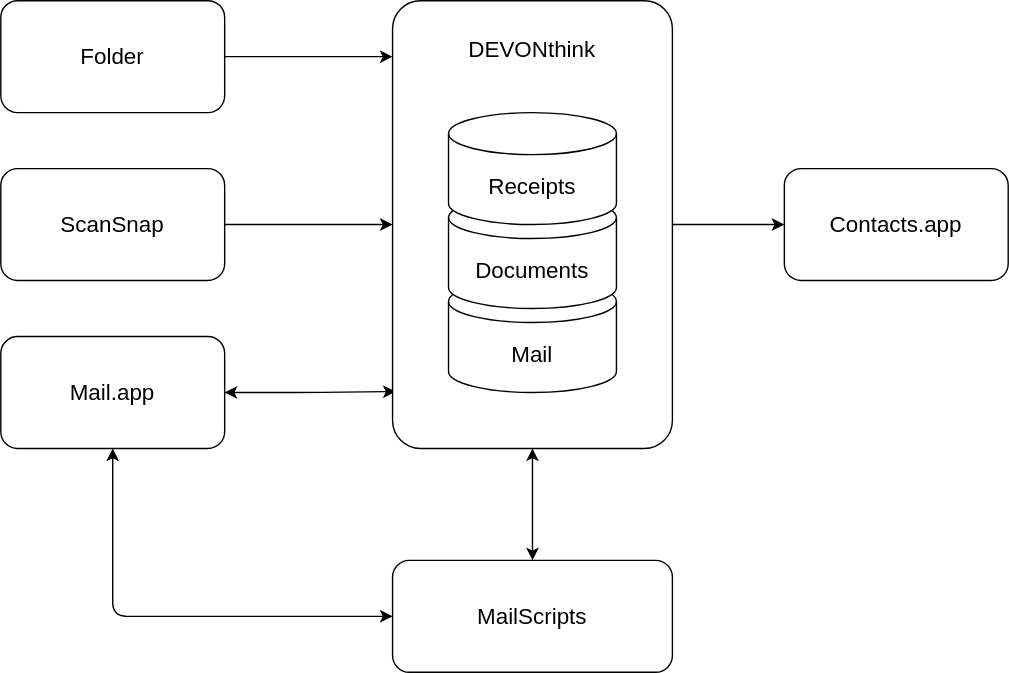
The draw.io diagram Docs/architecture.drawio.svg in s17n/MailScripts, before a commit. Source tidied: cells renumbered, new cells last; positions are measured from the earlier drawing's top-left corner, leaving out a move shared by most shapes.
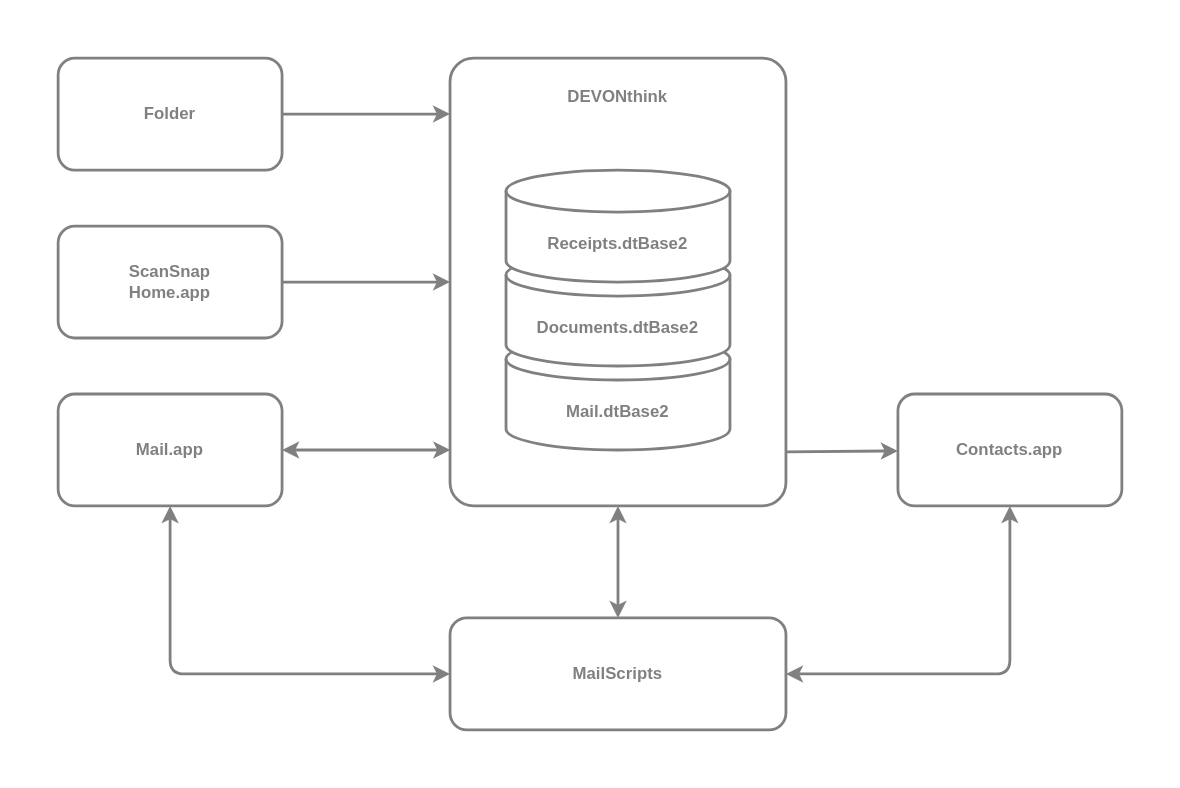
Above is the later version.

The edit, as a diff of the source:
```diff
@@ -2,54 +2,69 @@
   <root>
     <mxCell id="0" />
     <mxCell id="1" parent="0" />
-    <mxCell id="2" style="edgeStyle=orthogonalEdgeStyle;html=1;entryX=0.011;entryY=0.873;entryDx=0;entryDy=0;entryPerimeter=0;fontSize=16;startArrow=classic;startFill=1;" parent="1" edge="1" source="4" target="7">
+    <mxCell id="2" style="edgeStyle=orthogonalEdgeStyle;html=1;fontSize=12;startArrow=classic;startFill=1;fontStyle=1;fontColor=#808080;fontFamily=Helvetica;strokeColor=#808080;strokeWidth=2;entryX=0.001;entryY=0.875;entryDx=0;entryDy=0;entryPerimeter=0;" parent="1" edge="1" source="4" target="7">
       <mxGeometry relative="1" as="geometry" />
     </mxCell>
-    <mxCell id="3" style="edgeStyle=orthogonalEdgeStyle;html=1;entryX=0;entryY=0.5;entryDx=0;entryDy=0;fontSize=16;startArrow=classic;startFill=1;" parent="1" edge="1" source="4" target="13">
+    <mxCell id="3" style="edgeStyle=orthogonalEdgeStyle;html=1;entryX=0;entryY=0.5;entryDx=0;entryDy=0;fontSize=12;startArrow=classic;startFill=1;fontStyle=1;fontColor=#808080;fontFamily=Helvetica;strokeColor=#808080;strokeWidth=2;" parent="1" edge="1" source="4" target="13">
       <mxGeometry relative="1" as="geometry">
         <Array as="points">
           <mxPoint x="80" y="440" />
         </Array>
       </mxGeometry>
     </mxCell>
-    <mxCell id="4" value="Mail.app" style="rounded=1;whiteSpace=wrap;html=1;fontSize=16;" parent="1" vertex="1">
+    <mxCell id="4" value="Mail.app" style="rounded=1;whiteSpace=wrap;html=1;fontSize=12;fontStyle=1;fontColor=#808080;fontFamily=Helvetica;strokeColor=#808080;strokeWidth=2;" parent="1" vertex="1">
       <mxGeometry y="240" width="160" height="80" as="geometry" />
     </mxCell>
-    <mxCell id="5" style="edgeStyle=none;html=1;fontSize=16;" parent="1" edge="1" source="7" target="8">
+    <mxCell id="5" style="edgeStyle=none;html=1;fontSize=12;fontStyle=1;fontColor=#808080;fontFamily=Helvetica;strokeColor=#808080;strokeWidth=2;exitX=1;exitY=0.879;exitDx=0;exitDy=0;exitPerimeter=0;" parent="1" edge="1" source="7" target="8">
       <mxGeometry relative="1" as="geometry" />
     </mxCell>
-    <mxCell id="6" style="edgeStyle=orthogonalEdgeStyle;html=1;entryX=0.5;entryY=0;entryDx=0;entryDy=0;fontSize=16;startArrow=classic;startFill=1;" parent="1" edge="1" source="7" target="13">
+    <mxCell id="6" style="edgeStyle=orthogonalEdgeStyle;html=1;entryX=0.5;entryY=0;entryDx=0;entryDy=0;fontSize=12;startArrow=classic;startFill=1;fontStyle=1;fontColor=#808080;fontFamily=Helvetica;strokeColor=#808080;strokeWidth=2;" parent="1" edge="1" source="7" target="13">
       <mxGeometry relative="1" as="geometry" />
     </mxCell>
-    <mxCell id="7" value="&lt;br&gt;DEVONthink" style="rounded=1;whiteSpace=wrap;html=1;arcSize=10;fontSize=16;verticalAlign=top;" parent="1" vertex="1">
-      <mxGeometry x="280" width="200" height="320" as="geometry" />
+    <mxCell id="7" value="&lt;br style=&quot;font-size: 12px;&quot;&gt;DEVONthink" style="rounded=1;whiteSpace=wrap;html=1;arcSize=7;fontSize=12;verticalAlign=top;fontStyle=1;fontColor=#808080;fontFamily=Helvetica;strokeColor=#808080;strokeWidth=2;" parent="1" vertex="1">
+      <mxGeometry x="280" width="240" height="320" as="geometry" />
     </mxCell>
-    <mxCell id="8" value="Contacts.app" style="rounded=1;whiteSpace=wrap;html=1;fontSize=16;" parent="1" vertex="1">
-      <mxGeometry x="560" y="120" width="160" height="80" as="geometry" />
+    <mxCell id="8" value="Contacts.app" style="rounded=1;whiteSpace=wrap;html=1;fontSize=12;fontStyle=1;fontColor=#808080;fontFamily=Helvetica;strokeColor=#808080;strokeWidth=2;" parent="1" vertex="1">
+      <mxGeometry x="600" y="240" width="160" height="80" as="geometry" />
     </mxCell>
-    <mxCell id="9" style="edgeStyle=orthogonalEdgeStyle;html=1;entryX=0;entryY=0.5;entryDx=0;entryDy=0;fontSize=16;" parent="1" edge="1" source="10" target="7">
+    <mxCell id="9" style="edgeStyle=orthogonalEdgeStyle;html=1;entryX=0;entryY=0.5;entryDx=0;entryDy=0;fontSize=12;fontStyle=1;fontColor=#808080;fontFamily=Helvetica;strokeColor=#808080;strokeWidth=2;" parent="1" edge="1" source="10" target="7">
       <mxGeometry relative="1" as="geometry" />
     </mxCell>
-    <mxCell id="10" value="ScanSnap" style="rounded=1;whiteSpace=wrap;html=1;fontSize=16;" parent="1" vertex="1">
+    <mxCell id="10" value="ScanSnap &lt;br&gt;Home.app" style="rounded=1;whiteSpace=wrap;html=1;fontSize=12;fontStyle=1;fontColor=#808080;fontFamily=Helvetica;strokeColor=#808080;strokeWidth=2;" parent="1" vertex="1">
       <mxGeometry y="120" width="160" height="80" as="geometry" />
     </mxCell>
-    <mxCell id="11" style="edgeStyle=orthogonalEdgeStyle;html=1;entryX=0;entryY=0.125;entryDx=0;entryDy=0;entryPerimeter=0;fontSize=16;" parent="1" edge="1" source="12" target="7">
+    <mxCell id="11" style="edgeStyle=orthogonalEdgeStyle;html=1;entryX=0;entryY=0.125;entryDx=0;entryDy=0;entryPerimeter=0;fontSize=12;fontStyle=1;fontColor=#808080;fontFamily=Helvetica;strokeColor=#808080;strokeWidth=2;" parent="1" edge="1" source="12" target="7">
       <mxGeometry relative="1" as="geometry" />
     </mxCell>
-    <mxCell id="12" value="Folder" style="rounded=1;whiteSpace=wrap;html=1;fontSize=16;" parent="1" vertex="1">
+    <mxCell id="12" value="Folder" style="rounded=1;whiteSpace=wrap;html=1;fontSize=12;fontStyle=1;fontColor=#808080;fontFamily=Helvetica;strokeWidth=2;strokeColor=#808080;" parent="1" vertex="1">
       <mxGeometry width="160" height="80" as="geometry" />
     </mxCell>
-    <mxCell id="13" value="MailScripts" style="rounded=1;whiteSpace=wrap;html=1;fontSize=16;" parent="1" vertex="1">
-      <mxGeometry x="280" y="400" width="200" height="80" as="geometry" />
+    <mxCell id="13" value="MailScripts" style="rounded=1;whiteSpace=wrap;html=1;fontSize=12;fontStyle=1;fontColor=#808080;fontFamily=Helvetica;strokeColor=#808080;strokeWidth=2;" parent="1" vertex="1">
+      <mxGeometry x="280" y="400" width="240" height="80" as="geometry" />
     </mxCell>
-    <mxCell id="14" value="Mail" style="shape=cylinder3;whiteSpace=wrap;html=1;boundedLbl=1;backgroundOutline=1;size=15;fontSize=16;" parent="1" vertex="1">
-      <mxGeometry x="320" y="200" width="120" height="80" as="geometry" />
+    <mxCell id="14" value="Mail.dtBase2" style="shape=cylinder3;whiteSpace=wrap;html=1;boundedLbl=1;backgroundOutline=1;size=15;fontSize=12;fontStyle=1;fontColor=#808080;fontFamily=Helvetica;strokeColor=#808080;strokeWidth=2;" parent="1" vertex="1">
+      <mxGeometry x="320" y="200" width="160" height="80" as="geometry" />
     </mxCell>
-    <mxCell id="15" value="Documents" style="shape=cylinder3;whiteSpace=wrap;html=1;boundedLbl=1;backgroundOutline=1;size=15;fontSize=16;" parent="1" vertex="1">
-      <mxGeometry x="320" y="140" width="120" height="80" as="geometry" />
+    <mxCell id="15" value="Documents.dtBase2" style="shape=cylinder3;whiteSpace=wrap;html=1;boundedLbl=1;backgroundOutline=1;size=15;fontSize=12;fontStyle=1;fontColor=#808080;fontFamily=Helvetica;strokeColor=#808080;strokeWidth=2;" parent="1" vertex="1">
+      <mxGeometry x="320" y="140" width="160" height="80" as="geometry" />
     </mxCell>
-    <mxCell id="16" value="Receipts" style="shape=cylinder3;whiteSpace=wrap;html=1;boundedLbl=1;backgroundOutline=1;size=15;fontSize=16;" parent="1" vertex="1">
-      <mxGeometry x="320" y="80" width="120" height="80" as="geometry" />
+    <mxCell id="16" value="Receipts.dtBase2" style="shape=cylinder3;whiteSpace=wrap;html=1;boundedLbl=1;backgroundOutline=1;size=15;fontSize=12;fontStyle=1;fontColor=#808080;fontFamily=Helvetica;strokeColor=#808080;strokeWidth=2;" parent="1" vertex="1">
+      <mxGeometry x="320" y="80" width="160" height="80" as="geometry" />
     </mxCell>
+    <mxCell id="17" style="endArrow=none;html=1;strokeColor=none;strokeWidth=2;fontFamily=Helvetica;fontSize=12;fontColor=default;labelBackgroundColor=default;" parent="1" edge="1">
+      <mxGeometry relative="1" as="geometry">
+        <mxPoint x="-40" y="520" as="sourcePoint" />
+        <mxPoint x="-40" y="-40" as="targetPoint" />
+      </mxGeometry>
+    </mxCell>
+    <mxCell id="18" style="endArrow=none;html=1;strokeColor=none;strokeWidth=2;fontFamily=Helvetica;fontSize=12;fontColor=default;labelBackgroundColor=default;" parent="1" edge="1">
+      <mxGeometry relative="1" as="geometry">
+        <mxPoint x="800" y="520" as="sourcePoint" />
+        <mxPoint x="800" y="-40" as="targetPoint" />
+      </mxGeometry>
+    </mxCell>
+    <mxCell id="19" style="edgeStyle=orthogonalEdgeStyle;html=1;entryX=0.5;entryY=1;entryDx=0;entryDy=0;fontSize=12;startArrow=classic;startFill=1;fontStyle=1;fontColor=#808080;fontFamily=Helvetica;strokeColor=#808080;strokeWidth=2;exitX=1;exitY=0.5;exitDx=0;exitDy=0;" parent="1" edge="1" source="13" target="8">
+      <mxGeometry relative="1" as="geometry" />
+    </mxCell>
   </root>
 </mxGraphModel>
```
